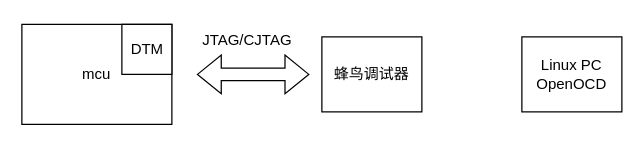
Earlier version of the draw.io diagram OpenOCD + GDB 调试环境.drawio (Vinson-001/Blog-flow-chart). Source tidied: cells renumbered, new cells numbered last; positions are measured from the earlier drawing's top-left corner, leaving out a move shared by most shapes. Both pictures are drawn from the tidied source at 125%, with x=0, y=0 at pixel (21, 21).
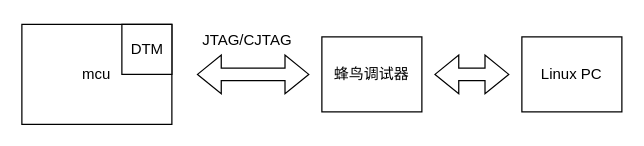
Above is the later version.

Commit message (it also covers changes not shown here):
更新OpenOCD + GDB 调试环境.drawio

The edit, as a diff of the source:
```diff
@@
 <mxGraphModel>
   <root>
     <mxCell id="0" />
     <mxCell id="1" parent="0" />
     <mxCell id="2" value="mcu" style="rounded=0;whiteSpace=wrap;html=1;" parent="1" vertex="1">
       <mxGeometry y="2" width="120" height="80" as="geometry" />
     </mxCell>
     <mxCell id="3" style="rounded=0;whiteSpace=wrap;html=1;" parent="1" vertex="1">
       <mxGeometry x="80" y="2" width="40" height="40" as="geometry" />
     </mxCell>
     <mxCell id="4" value="DTM" style="text;html=1;align=center;verticalAlign=middle;strokeColor=none;fillColor=none;" parent="1" vertex="1">
       <mxGeometry x="75" y="7" width="50" height="30" as="geometry" />
     </mxCell>
     <mxCell id="5" value="蜂鸟调试器" style="rounded=0;whiteSpace=wrap;html=1;" parent="1" vertex="1">
       <mxGeometry x="240" y="12" width="80" height="60" as="geometry" />
     </mxCell>
     <mxCell id="6" style="shape=flexArrow;endArrow=classic;startArrow=classic;html=1;rounded=0;" parent="1" edge="1">
       <mxGeometry relative="1" as="geometry">
         <mxPoint x="140" y="42" as="sourcePoint" />
         <mxPoint x="230" y="42" as="targetPoint" />
       </mxGeometry>
     </mxCell>
     <mxCell id="7" value="JTAG/CJTAG" style="text;html=1;align=center;verticalAlign=middle;strokeColor=none;fillColor=none;" parent="1" vertex="1">
       <mxGeometry x="130" width="100" height="30" as="geometry" />
     </mxCell>
-    <mxCell id="8" value="Linux PC&lt;div&gt;OpenOCD&lt;/div&gt;" style="rounded=0;whiteSpace=wrap;html=1;" parent="1" vertex="1">
+    <mxCell id="8" value="Linux PC" style="rounded=0;whiteSpace=wrap;html=1;" parent="1" vertex="1">
       <mxGeometry x="400" y="12" width="80" height="60" as="geometry" />
     </mxCell>
+    <mxCell id="9" style="shape=flexArrow;endArrow=classic;startArrow=classic;html=1;rounded=0;" parent="1" edge="1">
+      <mxGeometry relative="1" as="geometry">
+        <mxPoint x="330" y="42" as="sourcePoint" />
+        <mxPoint x="390" y="42" as="targetPoint" />
+      </mxGeometry>
+    </mxCell>
   </root>
 </mxGraphModel>
```
